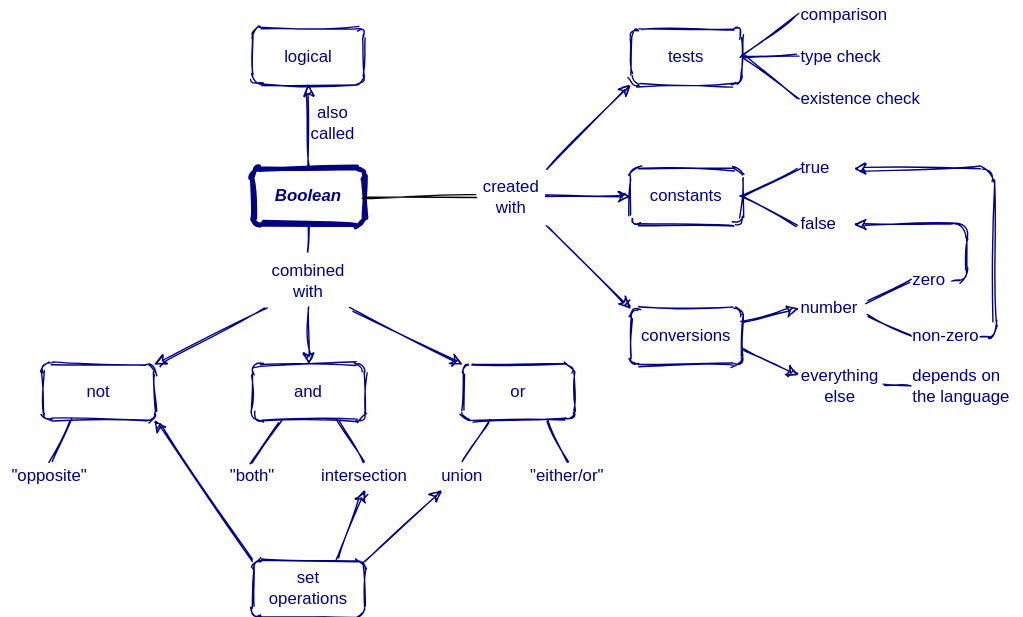
rstudio/concept-maps keeps this draw.io diagram as es/boolean.svg. Above is the earlier version. Source tidied: cells renumbered, new cells last; positions are measured from the earlier drawing's top-left corner, leaving out a move shared by most shapes.
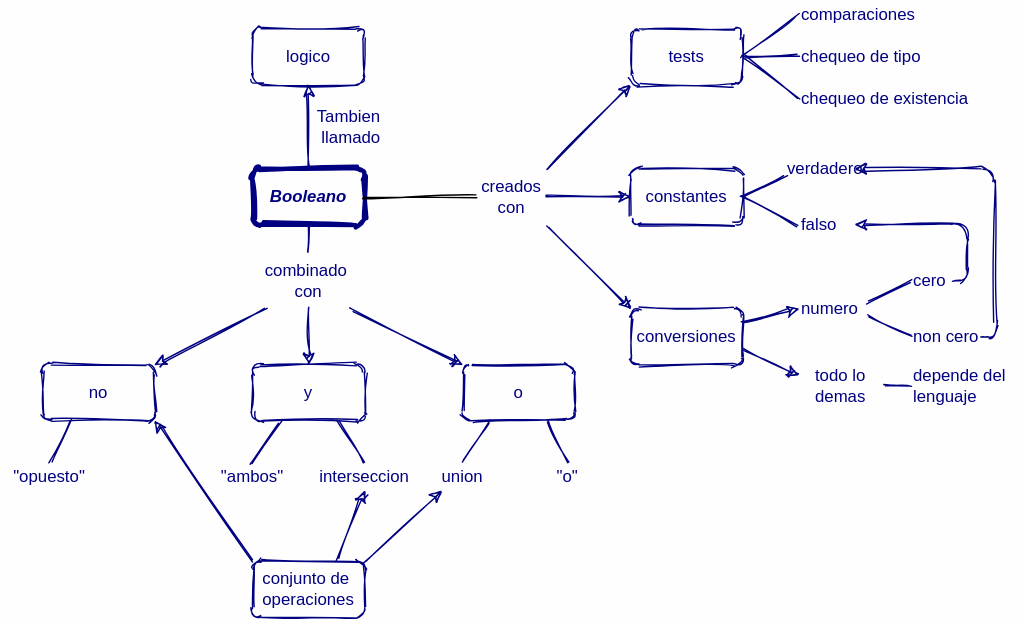
After the commit.

Commit message:
Traducción al español boolean.svg

Diff of the diagram source:
```diff
@@ -2,26 +2,26 @@
   <root>
     <mxCell id="0" />
     <mxCell id="1" parent="0" />
-    <mxCell id="2" value="&lt;b style=&quot;font-size: 12px&quot;&gt;&lt;i style=&quot;font-size: 12px&quot;&gt;Boolean&lt;/i&gt;&lt;/b&gt;" style="whiteSpace=wrap;html=1;strokeWidth=3;fontSize=12;fontFamily=Helvetica;fillColor=none;labelBackgroundColor=none;strokeColor=#000080;fontColor=#000080;rounded=1;sketch=1;" parent="1" vertex="1">
+    <mxCell id="2" value="&lt;b style=&quot;font-size: 12px&quot;&gt;&lt;i style=&quot;font-size: 12px&quot;&gt;Booleano&lt;/i&gt;&lt;/b&gt;" style="whiteSpace=wrap;html=1;strokeWidth=3;fontSize=12;fontFamily=Helvetica;fillColor=none;labelBackgroundColor=none;strokeColor=#000080;fontColor=#000080;rounded=1;sketch=1;" parent="1" vertex="1">
       <mxGeometry x="180" y="120" width="80" height="40" as="geometry" />
     </mxCell>
-    <mxCell id="3" value="logical" style="whiteSpace=wrap;html=1;fontSize=12;fontFamily=Helvetica;fillColor=none;labelBackgroundColor=none;strokeColor=#000080;fontColor=#000080;rounded=1;sketch=1;" parent="1" vertex="1">
+    <mxCell id="3" value="logico" style="whiteSpace=wrap;html=1;fontSize=12;fontFamily=Helvetica;fillColor=none;labelBackgroundColor=none;strokeColor=#000080;fontColor=#000080;rounded=1;sketch=1;" parent="1" vertex="1">
       <mxGeometry x="180" y="20" width="80" height="40" as="geometry" />
     </mxCell>
-    <mxCell id="4" value="also&lt;br&gt;called" style="endArrow=classic;html=1;strokeWidth=1;entryX=0.5;entryY=1;entryDx=0;entryDy=0;exitX=0.5;exitY=0;exitDx=0;exitDy=0;verticalAlign=middle;fontSize=12;labelBackgroundColor=none;fontFamily=Helvetica;strokeColor=#000080;fontColor=#000080;sketch=1;" parent="1" edge="1" source="2" target="3">
-      <mxGeometry x="0.1" y="-17" relative="1" as="geometry" />
+    <mxCell id="4" value="Tambien&amp;nbsp;&lt;br&gt;llamado" style="endArrow=classic;html=1;strokeWidth=1;entryX=0.5;entryY=1;entryDx=0;entryDy=0;exitX=0.5;exitY=0;exitDx=0;exitDy=0;verticalAlign=middle;fontSize=12;labelBackgroundColor=none;fontFamily=Helvetica;strokeColor=#000080;fontColor=#000080;sketch=1;" parent="1" edge="1" source="2" target="3">
+      <mxGeometry y="-30" relative="1" as="geometry" />
     </mxCell>
     <mxCell id="5" value="tests" style="whiteSpace=wrap;html=1;fontSize=12;fontFamily=Helvetica;fillColor=none;labelBackgroundColor=none;strokeColor=#000080;fontColor=#000080;rounded=1;sketch=1;" parent="1" vertex="1">
       <mxGeometry x="450" y="20" width="80" height="40" as="geometry" />
     </mxCell>
-    <mxCell id="6" value="comparison" style="text;html=1;strokeColor=none;fillColor=none;align=left;verticalAlign=middle;whiteSpace=wrap;fontColor=#000080;labelBackgroundColor=#FEFEFF;rounded=1;sketch=1;" parent="1" vertex="1">
+    <mxCell id="6" value="comparaciones" style="text;html=1;strokeColor=none;fillColor=none;align=left;verticalAlign=middle;whiteSpace=wrap;fontColor=#000080;labelBackgroundColor=#FEFEFF;rounded=1;sketch=1;" parent="1" vertex="1">
       <mxGeometry x="570" width="90" height="20" as="geometry" />
     </mxCell>
-    <mxCell id="7" value="type check" style="text;html=1;strokeColor=none;fillColor=none;align=left;verticalAlign=middle;whiteSpace=wrap;fontColor=#000080;labelBackgroundColor=#FEFEFF;rounded=1;sketch=1;" parent="1" vertex="1">
+    <mxCell id="7" value="chequeo de tipo" style="text;html=1;strokeColor=none;fillColor=none;align=left;verticalAlign=middle;whiteSpace=wrap;fontColor=#000080;labelBackgroundColor=#FEFEFF;rounded=1;sketch=1;" parent="1" vertex="1">
       <mxGeometry x="570" y="30" width="90" height="20" as="geometry" />
     </mxCell>
-    <mxCell id="8" value="existence check" style="text;html=1;strokeColor=none;fillColor=none;align=left;verticalAlign=middle;whiteSpace=wrap;fontColor=#000080;labelBackgroundColor=#FEFEFF;rounded=1;sketch=1;" parent="1" vertex="1">
-      <mxGeometry x="570" y="60" width="90" height="20" as="geometry" />
+    <mxCell id="8" value="chequeo de existencia" style="text;html=1;strokeColor=none;fillColor=none;align=left;verticalAlign=middle;whiteSpace=wrap;fontColor=#000080;labelBackgroundColor=#FEFEFF;rounded=1;sketch=1;" parent="1" vertex="1">
+      <mxGeometry x="570" y="60" width="140" height="20" as="geometry" />
     </mxCell>
     <mxCell id="9" style="endArrow=none;html=1;fontColor=#000080;exitX=1;exitY=0.5;exitDx=0;exitDy=0;entryX=0;entryY=0.5;entryDx=0;entryDy=0;strokeColor=#000080;sketch=1;" parent="1" edge="1" source="5" target="6">
       <mxGeometry relative="1" as="geometry" />
@@ -32,7 +32,7 @@
     <mxCell id="11" style="endArrow=none;html=1;fontColor=#000080;entryX=0;entryY=0.5;entryDx=0;entryDy=0;exitX=1;exitY=0.5;exitDx=0;exitDy=0;strokeColor=#000080;sketch=1;" parent="1" edge="1" source="5" target="8">
       <mxGeometry relative="1" as="geometry" />
     </mxCell>
-    <mxCell id="12" value="created&lt;br&gt;with" style="text;html=1;strokeColor=none;fillColor=none;align=center;verticalAlign=middle;whiteSpace=wrap;labelBackgroundColor=#FEFEFF;fontColor=#000080;rounded=1;sketch=1;" parent="1" vertex="1">
+    <mxCell id="12" value="creados&lt;br&gt;con" style="text;html=1;strokeColor=none;fillColor=none;align=center;verticalAlign=middle;whiteSpace=wrap;labelBackgroundColor=#FEFEFF;fontColor=#000080;rounded=1;sketch=1;" parent="1" vertex="1">
       <mxGeometry x="340" y="120" width="50" height="40" as="geometry" />
     </mxCell>
     <mxCell id="13" style="endArrow=none;html=1;fontColor=#000080;exitX=1;exitY=0.5;exitDx=0;exitDy=0;sketch=1;" parent="1" edge="1" source="2" target="12">
@@ -41,43 +41,43 @@
     <mxCell id="14" style="endArrow=classic;html=1;fontColor=#000080;entryX=0;entryY=1;entryDx=0;entryDy=0;exitX=1;exitY=0;exitDx=0;exitDy=0;strokeColor=#000080;sketch=1;" parent="1" edge="1" source="12" target="5">
       <mxGeometry relative="1" as="geometry" />
     </mxCell>
-    <mxCell id="15" value="constants" style="whiteSpace=wrap;html=1;fontSize=12;fontFamily=Helvetica;fillColor=none;labelBackgroundColor=none;strokeColor=#000080;fontColor=#000080;rounded=1;sketch=1;" parent="1" vertex="1">
+    <mxCell id="15" value="constantes" style="whiteSpace=wrap;html=1;fontSize=12;fontFamily=Helvetica;fillColor=none;labelBackgroundColor=none;strokeColor=#000080;fontColor=#000080;rounded=1;sketch=1;" parent="1" vertex="1">
       <mxGeometry x="450" y="120" width="80" height="40" as="geometry" />
     </mxCell>
     <mxCell id="16" style="endArrow=classic;html=1;fontColor=#000080;exitX=1;exitY=0.5;exitDx=0;exitDy=0;strokeColor=#000080;sketch=1;" parent="1" edge="1" source="12" target="15">
       <mxGeometry relative="1" as="geometry" />
     </mxCell>
-    <mxCell id="17" value="true" style="text;html=1;strokeColor=none;fillColor=none;align=left;verticalAlign=middle;whiteSpace=wrap;fontColor=#000080;labelBackgroundColor=#FEFEFF;rounded=1;sketch=1;" parent="1" vertex="1">
-      <mxGeometry x="570" y="110" width="40" height="20" as="geometry" />
+    <mxCell id="17" value="verdadero" style="text;html=1;strokeColor=none;fillColor=none;align=left;verticalAlign=middle;whiteSpace=wrap;fontColor=#000080;labelBackgroundColor=#FEFEFF;rounded=1;sketch=1;" parent="1" vertex="1">
+      <mxGeometry x="560" y="110" width="35" height="20" as="geometry" />
     </mxCell>
-    <mxCell id="18" value="false" style="text;html=1;strokeColor=none;fillColor=none;align=left;verticalAlign=middle;whiteSpace=wrap;fontColor=#000080;labelBackgroundColor=#FEFEFF;rounded=1;sketch=1;" parent="1" vertex="1">
+    <mxCell id="18" value="falso" style="text;html=1;strokeColor=none;fillColor=none;align=left;verticalAlign=middle;whiteSpace=wrap;fontColor=#000080;labelBackgroundColor=#FEFEFF;rounded=1;sketch=1;" parent="1" vertex="1">
       <mxGeometry x="570" y="150" width="40" height="20" as="geometry" />
     </mxCell>
-    <mxCell id="19" style="endArrow=none;html=1;fontColor=#000080;entryX=0;entryY=0.5;entryDx=0;entryDy=0;exitX=1;exitY=0.5;exitDx=0;exitDy=0;strokeColor=#000080;sketch=1;" parent="1" edge="1" source="15" target="17">
+    <mxCell id="19" style="endArrow=none;html=1;fontColor=#000080;exitX=1;exitY=0.5;exitDx=0;exitDy=0;strokeColor=#000080;sketch=1;entryX=0;entryY=0.75;entryDx=0;entryDy=0;" parent="1" edge="1" source="15" target="17">
       <mxGeometry relative="1" as="geometry" />
     </mxCell>
     <mxCell id="20" style="endArrow=none;html=1;fontColor=#000080;entryX=0;entryY=0.5;entryDx=0;entryDy=0;exitX=1;exitY=0.5;exitDx=0;exitDy=0;strokeColor=#000080;sketch=1;" parent="1" edge="1" source="15" target="18">
       <mxGeometry relative="1" as="geometry" />
     </mxCell>
-    <mxCell id="21" value="conversions" style="whiteSpace=wrap;html=1;fontSize=12;fontFamily=Helvetica;fillColor=none;labelBackgroundColor=none;strokeColor=#000080;fontColor=#000080;rounded=1;sketch=1;" parent="1" vertex="1">
+    <mxCell id="21" value="conversiones" style="whiteSpace=wrap;html=1;fontSize=12;fontFamily=Helvetica;fillColor=none;labelBackgroundColor=none;strokeColor=#000080;fontColor=#000080;rounded=1;sketch=1;" parent="1" vertex="1">
       <mxGeometry x="450" y="220" width="80" height="40" as="geometry" />
     </mxCell>
     <mxCell id="22" style="endArrow=classic;html=1;fontColor=#000080;exitX=1;exitY=1;exitDx=0;exitDy=0;entryX=0;entryY=0;entryDx=0;entryDy=0;strokeColor=#000080;sketch=1;" parent="1" edge="1" source="12" target="21">
       <mxGeometry relative="1" as="geometry" />
     </mxCell>
-    <mxCell id="23" value="number" style="text;html=1;strokeColor=none;fillColor=none;align=left;verticalAlign=middle;whiteSpace=wrap;fontColor=#000080;labelBackgroundColor=#FEFEFF;rounded=1;sketch=1;" parent="1" vertex="1">
+    <mxCell id="23" value="numero" style="text;html=1;strokeColor=none;fillColor=none;align=left;verticalAlign=middle;whiteSpace=wrap;fontColor=#000080;labelBackgroundColor=#FEFEFF;rounded=1;sketch=1;" parent="1" vertex="1">
       <mxGeometry x="570" y="210" width="50" height="20" as="geometry" />
     </mxCell>
-    <mxCell id="24" value="zero" style="text;html=1;strokeColor=none;fillColor=none;align=left;verticalAlign=middle;whiteSpace=wrap;fontColor=#000080;labelBackgroundColor=#FEFEFF;rounded=1;sketch=1;" parent="1" vertex="1">
+    <mxCell id="24" value="cero" style="text;html=1;strokeColor=none;fillColor=none;align=left;verticalAlign=middle;whiteSpace=wrap;fontColor=#000080;labelBackgroundColor=#FEFEFF;rounded=1;sketch=1;" parent="1" vertex="1">
       <mxGeometry x="650" y="190" width="30" height="20" as="geometry" />
     </mxCell>
-    <mxCell id="25" value="non-zero" style="text;html=1;strokeColor=none;fillColor=none;align=left;verticalAlign=middle;whiteSpace=wrap;fontColor=#000080;labelBackgroundColor=#FEFEFF;rounded=1;sketch=1;" parent="1" vertex="1">
+    <mxCell id="25" value="non cero" style="text;html=1;strokeColor=none;fillColor=none;align=left;verticalAlign=middle;whiteSpace=wrap;fontColor=#000080;labelBackgroundColor=#FEFEFF;rounded=1;sketch=1;" parent="1" vertex="1">
       <mxGeometry x="650" y="230" width="50" height="20" as="geometry" />
     </mxCell>
-    <mxCell id="26" value="everything&lt;br&gt;else" style="text;html=1;strokeColor=none;fillColor=none;align=center;verticalAlign=middle;whiteSpace=wrap;fontColor=#000080;labelBackgroundColor=#FEFEFF;rounded=1;sketch=1;" parent="1" vertex="1">
+    <mxCell id="26" value="todo lo demas" style="text;html=1;strokeColor=none;fillColor=none;align=center;verticalAlign=middle;whiteSpace=wrap;fontColor=#000080;labelBackgroundColor=#FEFEFF;rounded=1;sketch=1;" parent="1" vertex="1">
       <mxGeometry x="570" y="260" width="60" height="30" as="geometry" />
     </mxCell>
-    <mxCell id="27" value="depends on&lt;br&gt;the language" style="text;html=1;strokeColor=none;fillColor=none;align=left;verticalAlign=middle;whiteSpace=wrap;fontColor=#000080;labelBackgroundColor=#FEFEFF;rounded=1;sketch=1;" parent="1" vertex="1">
+    <mxCell id="27" value="depende del&amp;nbsp;&lt;br&gt;lenguaje" style="text;html=1;strokeColor=none;fillColor=none;align=left;verticalAlign=middle;whiteSpace=wrap;fontColor=#000080;labelBackgroundColor=#FEFEFF;rounded=1;sketch=1;" parent="1" vertex="1">
       <mxGeometry x="650" y="255" width="80" height="40" as="geometry" />
     </mxCell>
     <mxCell id="28" style="endArrow=classic;html=1;fontColor=#000080;exitX=1;exitY=0.25;exitDx=0;exitDy=0;entryX=0;entryY=0.5;entryDx=0;entryDy=0;strokeColor=#000080;sketch=1;" parent="1" edge="1" source="21" target="23">
@@ -103,27 +103,28 @@
         </Array>
       </mxGeometry>
     </mxCell>
-    <mxCell id="34" style="endArrow=classic;html=1;fontColor=#000080;exitX=1;exitY=0.5;exitDx=0;exitDy=0;entryX=1;entryY=0.5;entryDx=0;entryDy=0;strokeColor=#000080;sketch=1;" parent="1" edge="1" source="25" target="17">
+    <mxCell id="34" style="endArrow=classic;html=1;fontColor=#000080;exitX=1;exitY=0.5;exitDx=0;exitDy=0;strokeColor=#000080;sketch=1;" parent="1" edge="1" source="25">
       <mxGeometry relative="1" as="geometry">
+        <mxPoint x="610" y="120" as="targetPoint" />
         <Array as="points">
           <mxPoint x="710" y="240" />
           <mxPoint x="710" y="120" />
         </Array>
       </mxGeometry>
     </mxCell>
-    <mxCell id="35" value="combined&lt;br&gt;with" style="text;html=1;strokeColor=none;fillColor=none;align=center;verticalAlign=middle;whiteSpace=wrap;labelBackgroundColor=#FEFEFF;fontColor=#000080;rounded=1;sketch=1;" parent="1" vertex="1">
+    <mxCell id="35" value="combinado&amp;nbsp;&lt;br&gt;con" style="text;html=1;strokeColor=none;fillColor=none;align=center;verticalAlign=middle;whiteSpace=wrap;labelBackgroundColor=#FEFEFF;fontColor=#000080;rounded=1;sketch=1;" parent="1" vertex="1">
       <mxGeometry x="190" y="180" width="60" height="40" as="geometry" />
     </mxCell>
     <mxCell id="36" style="endArrow=none;html=1;fontColor=#000080;exitX=0.5;exitY=1;exitDx=0;exitDy=0;entryX=0.5;entryY=0;entryDx=0;entryDy=0;strokeColor=#000080;sketch=1;" parent="1" edge="1" source="2" target="35">
       <mxGeometry relative="1" as="geometry" />
     </mxCell>
-    <mxCell id="37" value="not" style="whiteSpace=wrap;html=1;fontSize=12;fontFamily=Helvetica;fillColor=none;labelBackgroundColor=none;strokeColor=#000080;fontColor=#000080;rounded=1;sketch=1;" parent="1" vertex="1">
+    <mxCell id="37" value="no" style="whiteSpace=wrap;html=1;fontSize=12;fontFamily=Helvetica;fillColor=none;labelBackgroundColor=none;strokeColor=#000080;fontColor=#000080;rounded=1;sketch=1;" parent="1" vertex="1">
       <mxGeometry x="30" y="260" width="80" height="40" as="geometry" />
     </mxCell>
-    <mxCell id="38" value="and" style="whiteSpace=wrap;html=1;fontSize=12;fontFamily=Helvetica;fillColor=none;labelBackgroundColor=none;strokeColor=#000080;fontColor=#000080;rounded=1;sketch=1;" parent="1" vertex="1">
+    <mxCell id="38" value="y" style="whiteSpace=wrap;html=1;fontSize=12;fontFamily=Helvetica;fillColor=none;labelBackgroundColor=none;strokeColor=#000080;fontColor=#000080;rounded=1;sketch=1;" parent="1" vertex="1">
       <mxGeometry x="180" y="260" width="80" height="40" as="geometry" />
     </mxCell>
-    <mxCell id="39" value="or" style="whiteSpace=wrap;html=1;fontSize=12;fontFamily=Helvetica;fillColor=none;labelBackgroundColor=none;strokeColor=#000080;fontColor=#000080;rounded=1;sketch=1;" parent="1" vertex="1">
+    <mxCell id="39" value="o" style="whiteSpace=wrap;html=1;fontSize=12;fontFamily=Helvetica;fillColor=none;labelBackgroundColor=none;strokeColor=#000080;fontColor=#000080;rounded=1;sketch=1;" parent="1" vertex="1">
       <mxGeometry x="330" y="260" width="80" height="40" as="geometry" />
     </mxCell>
     <mxCell id="40" style="endArrow=classic;html=1;fontColor=#000080;exitX=0;exitY=1;exitDx=0;exitDy=0;entryX=1;entryY=0;entryDx=0;entryDy=0;strokeColor=#000080;sketch=1;" parent="1" edge="1" source="35" target="37">
@@ -135,16 +136,16 @@
     <mxCell id="42" style="endArrow=classic;html=1;fontColor=#000080;exitX=1;exitY=1;exitDx=0;exitDy=0;entryX=0;entryY=0;entryDx=0;entryDy=0;strokeColor=#000080;sketch=1;" parent="1" edge="1" source="35" target="39">
       <mxGeometry relative="1" as="geometry" />
     </mxCell>
-    <mxCell id="43" value="&quot;opposite&quot;" style="text;html=1;strokeColor=none;fillColor=none;align=center;verticalAlign=middle;whiteSpace=wrap;fontColor=#000080;labelBackgroundColor=#FEFEFF;rounded=1;sketch=1;" parent="1" vertex="1">
+    <mxCell id="43" value="&quot;opuesto&quot;" style="text;html=1;strokeColor=none;fillColor=none;align=center;verticalAlign=middle;whiteSpace=wrap;fontColor=#000080;labelBackgroundColor=#FEFEFF;rounded=1;sketch=1;" parent="1" vertex="1">
       <mxGeometry y="330" width="70" height="20" as="geometry" />
     </mxCell>
-    <mxCell id="44" value="&quot;both&quot;" style="text;html=1;strokeColor=none;fillColor=none;align=center;verticalAlign=middle;whiteSpace=wrap;fontColor=#000080;labelBackgroundColor=#FEFEFF;rounded=1;sketch=1;" parent="1" vertex="1">
+    <mxCell id="44" value="&quot;ambos&quot;" style="text;html=1;strokeColor=none;fillColor=none;align=center;verticalAlign=middle;whiteSpace=wrap;fontColor=#000080;labelBackgroundColor=#FEFEFF;rounded=1;sketch=1;" parent="1" vertex="1">
       <mxGeometry x="150" y="330" width="60" height="20" as="geometry" />
     </mxCell>
-    <mxCell id="45" value="&quot;either/or&quot;" style="text;html=1;strokeColor=none;fillColor=none;align=center;verticalAlign=middle;whiteSpace=wrap;fontColor=#000080;labelBackgroundColor=#FEFEFF;rounded=1;sketch=1;" parent="1" vertex="1">
+    <mxCell id="45" value="&quot;o&quot;" style="text;html=1;strokeColor=none;fillColor=none;align=center;verticalAlign=middle;whiteSpace=wrap;fontColor=#000080;labelBackgroundColor=#FEFEFF;rounded=1;sketch=1;" parent="1" vertex="1">
       <mxGeometry x="370" y="330" width="70" height="20" as="geometry" />
     </mxCell>
-    <mxCell id="46" value="intersection" style="text;html=1;strokeColor=none;fillColor=none;align=center;verticalAlign=middle;whiteSpace=wrap;fontColor=#000080;labelBackgroundColor=#FEFEFF;rounded=1;sketch=1;" parent="1" vertex="1">
+    <mxCell id="46" value="interseccion" style="text;html=1;strokeColor=none;fillColor=none;align=center;verticalAlign=middle;whiteSpace=wrap;fontColor=#000080;labelBackgroundColor=#FEFEFF;rounded=1;sketch=1;" parent="1" vertex="1">
       <mxGeometry x="230" y="330" width="60" height="20" as="geometry" />
     </mxCell>
     <mxCell id="47" value="union" style="text;html=1;strokeColor=none;fillColor=none;align=center;verticalAlign=middle;whiteSpace=wrap;fontColor=#000080;labelBackgroundColor=#FEFEFF;rounded=1;sketch=1;" parent="1" vertex="1">
@@ -165,7 +166,7 @@
     <mxCell id="52" style="endArrow=none;html=1;fontColor=#000080;exitX=0.75;exitY=1;exitDx=0;exitDy=0;entryX=0.5;entryY=0;entryDx=0;entryDy=0;strokeColor=#000080;sketch=1;" parent="1" edge="1" source="39" target="45">
       <mxGeometry relative="1" as="geometry" />
     </mxCell>
-    <mxCell id="53" value="set&lt;br&gt;operations" style="whiteSpace=wrap;html=1;fontSize=12;fontFamily=Helvetica;fillColor=none;labelBackgroundColor=none;strokeColor=#000080;fontColor=#000080;rounded=1;sketch=1;" parent="1" vertex="1">
+    <mxCell id="53" value="conjunto de&amp;nbsp;&lt;br&gt;operaciones" style="whiteSpace=wrap;html=1;fontSize=12;fontFamily=Helvetica;fillColor=none;labelBackgroundColor=none;strokeColor=#000080;fontColor=#000080;rounded=1;sketch=1;" parent="1" vertex="1">
       <mxGeometry x="180" y="400" width="80" height="40" as="geometry" />
     </mxCell>
     <mxCell id="54" style="endArrow=classic;html=1;fontColor=#000080;exitX=0;exitY=0;exitDx=0;exitDy=0;entryX=1;entryY=1;entryDx=0;entryDy=0;strokeColor=#000080;sketch=1;" parent="1" edge="1" source="53" target="37">
```
